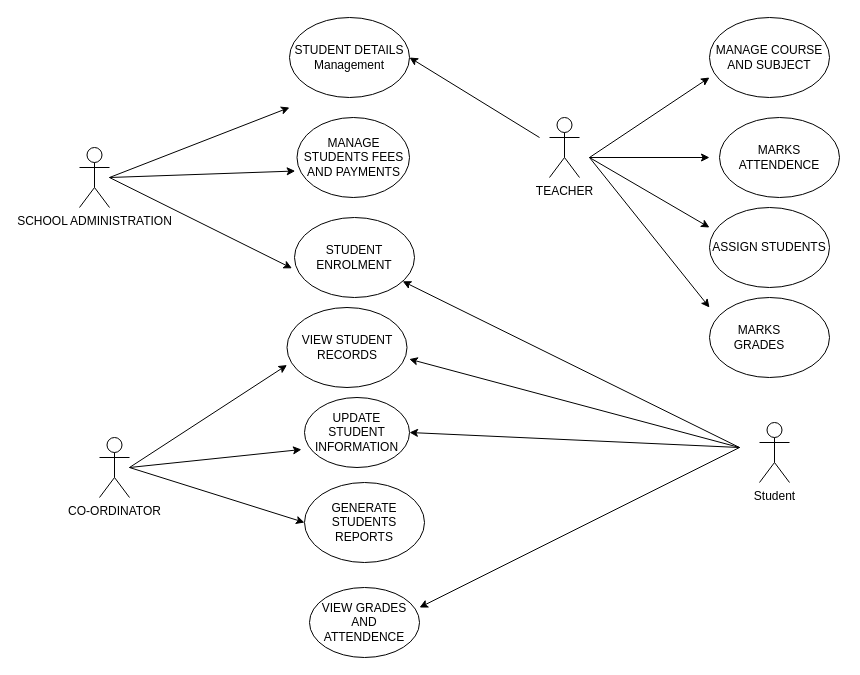
Above: Use case diagram.drawio in Baralsurekha/Software-Engineering (draw.io), before the change. Source tidied: cells renumbered, new cells numbered last; positions are measured from the earlier drawing's top-left corner, leaving out a move shared by most shapes. Both pictures are drawn from the tidied source at 100%, with x=0, y=0 at pixel (79, 17).
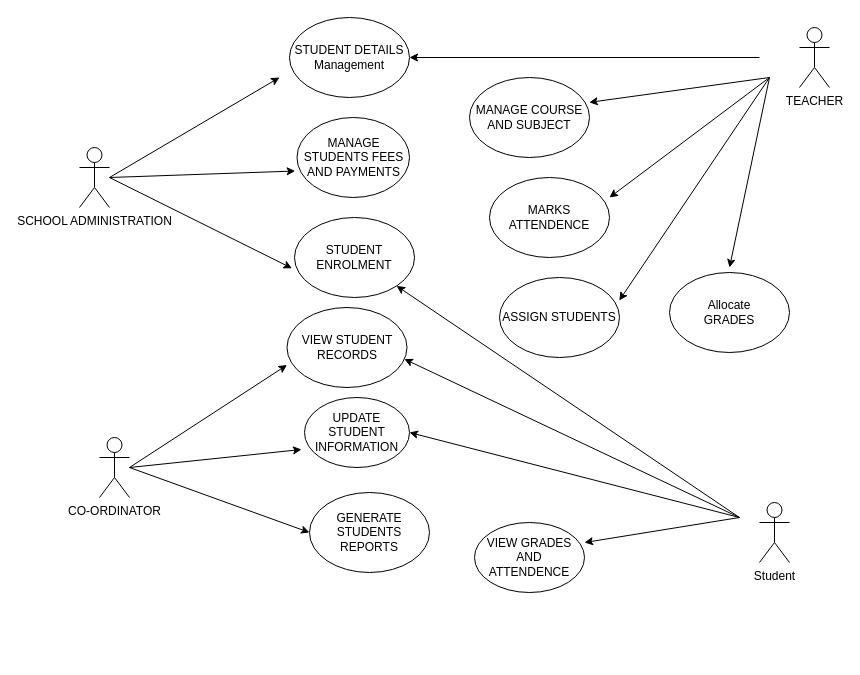
Above is the later version.

The change refers to these unchanged cells:
```xml
<mxCell id="3" value="STUDENT ENROLMENT" style="ellipse;whiteSpace=wrap;html=1;" parent="1" vertex="1">
  <mxGeometry x="215" y="200" width="120" height="80" as="geometry" />
</mxCell>
<mxCell id="4" value="STUDENT DETAILS&lt;br&gt;Management" style="ellipse;whiteSpace=wrap;html=1;" parent="1" vertex="1">
  <mxGeometry x="210" width="120" height="80" as="geometry" />
</mxCell>
<mxCell id="6" value="VIEW STUDENT RECORDS" style="ellipse;whiteSpace=wrap;html=1;" parent="1" vertex="1">
  <mxGeometry x="207.5" y="290" width="120" height="80" as="geometry" />
</mxCell>
<mxCell id="7" value="UPDATE STUDENT INFORMATION" style="ellipse;whiteSpace=wrap;html=1;" parent="1" vertex="1">
  <mxGeometry x="225" y="380" width="105" height="70" as="geometry" />
</mxCell>
```

Diff of the diagram source:
```diff
@@
     <mxCell id="8" value="TEACHER" style="shape=umlActor;verticalLabelPosition=bottom;verticalAlign=top;html=1;" parent="1" vertex="1">
-      <mxGeometry x="470" y="100" width="30" height="60" as="geometry" />
+      <mxGeometry x="720" y="10" width="30" height="60" as="geometry" />
     </mxCell>
     <mxCell id="9" value="MANAGE COURSE AND SUBJECT" style="ellipse;whiteSpace=wrap;html=1;" parent="1" vertex="1">
-      <mxGeometry x="630" width="120" height="80" as="geometry" />
+      <mxGeometry x="390" y="60" width="120" height="80" as="geometry" />
     </mxCell>
     <mxCell id="10" value="ASSIGN STUDENTS" style="ellipse;whiteSpace=wrap;html=1;" parent="1" vertex="1">
-      <mxGeometry x="630" y="190" width="120" height="80" as="geometry" />
+      <mxGeometry x="420" y="260" width="120" height="80" as="geometry" />
     </mxCell>
     <mxCell id="11" value="Student" style="shape=umlActor;verticalLabelPosition=bottom;verticalAlign=top;html=1;" parent="1" vertex="1">
-      <mxGeometry x="680" y="405" width="30" height="60" as="geometry" />
+      <mxGeometry x="680" y="485" width="30" height="60" as="geometry" />
     </mxCell>
     <mxCell id="12" value="GENERATE STUDENTS REPORTS" style="ellipse;whiteSpace=wrap;html=1;" parent="1" vertex="1">
-      <mxGeometry x="225" y="465" width="120" height="80" as="geometry" />
+      <mxGeometry x="230" y="475" width="120" height="80" as="geometry" />
     </mxCell>
     <mxCell id="13" value="VIEW GRADES AND ATTENDENCE" style="ellipse;whiteSpace=wrap;html=1;direction=south;" parent="1" vertex="1">
-      <mxGeometry x="230" y="570" width="110" height="70" as="geometry" />
+      <mxGeometry x="395" y="505" width="110" height="70" as="geometry" />
     </mxCell>
     <mxCell id="14" value="MARKS ATTENDENCE" style="ellipse;whiteSpace=wrap;html=1;" parent="1" vertex="1">
-      <mxGeometry x="640" y="100" width="120" height="80" as="geometry" />
+      <mxGeometry x="410" y="160" width="120" height="80" as="geometry" />
     </mxCell>
@@
     <mxCell id="16" style="endArrow=classic;html=1;rounded=0;" parent="1" edge="1">
       <mxGeometry relative="1" as="geometry">
         <mxPoint x="30" y="160" as="sourcePoint" />
-        <mxPoint x="210" y="90" as="targetPoint" />
+        <mxPoint x="200" y="60" as="targetPoint" />
       </mxGeometry>
     </mxCell>
@@
     <mxCell id="20" style="endArrow=classic;html=1;rounded=0;entryX=1;entryY=0.5;entryDx=0;entryDy=0;" parent="1" edge="1" target="7">
       <mxGeometry relative="1" as="geometry">
-        <mxPoint x="660" y="430" as="sourcePoint" />
+        <mxPoint x="660" y="500" as="sourcePoint" />
       </mxGeometry>
     </mxCell>
-    <mxCell id="21" style="endArrow=classic;html=1;rounded=0;entryX=1.019;entryY=0.645;entryDx=0;entryDy=0;entryPerimeter=0;" parent="1" edge="1" target="6">
+    <mxCell id="21" style="endArrow=classic;html=1;rounded=0;entryX=1.019;entryY=0.645;entryDx=0;entryDy=0;entryPerimeter=0;" parent="1" edge="1">
       <mxGeometry relative="1" as="geometry">
-        <mxPoint x="660" y="430" as="sourcePoint" />
+        <mxPoint x="660" y="500" as="sourcePoint" />
+        <mxPoint x="324.9" y="341.6" as="targetPoint" />
       </mxGeometry>
     </mxCell>
     <mxCell id="22" style="endArrow=classic;html=1;rounded=0;entryX=1;entryY=0.5;entryDx=0;entryDy=0;" parent="1" edge="1" target="4">
       <mxGeometry relative="1" as="geometry">
-        <mxPoint x="460" y="120" as="sourcePoint" />
+        <mxPoint x="680" y="40" as="sourcePoint" />
       </mxGeometry>
     </mxCell>
-    <mxCell id="23" style="endArrow=classic;html=1;rounded=0;entryX=0;entryY=0.75;entryDx=0;entryDy=0;entryPerimeter=0;" parent="1" edge="1" target="9">
+    <mxCell id="23" style="endArrow=classic;html=1;rounded=0;entryX=0.998;entryY=0.311;entryDx=0;entryDy=0;entryPerimeter=0;" parent="1" edge="1" target="9">
       <mxGeometry relative="1" as="geometry">
-        <mxPoint x="510" y="140" as="sourcePoint" />
+        <mxPoint x="690" y="60" as="sourcePoint" />
       </mxGeometry>
     </mxCell>
-    <mxCell id="24" style="endArrow=classic;html=1;rounded=0;" parent="1" edge="1">
+    <mxCell id="24" style="endArrow=classic;html=1;rounded=0;entryX=1;entryY=0.25;entryDx=0;entryDy=0;entryPerimeter=0;" parent="1" edge="1" target="14">
       <mxGeometry relative="1" as="geometry">
-        <mxPoint x="510" y="140" as="sourcePoint" />
-        <mxPoint x="630" y="140" as="targetPoint" />
+        <mxPoint x="690" y="60" as="sourcePoint" />
       </mxGeometry>
     </mxCell>
-    <mxCell id="25" style="endArrow=classic;html=1;rounded=0;entryX=0;entryY=0.25;entryDx=0;entryDy=0;entryPerimeter=0;" parent="1" edge="1" target="10">
-      <mxGeometry relative="1" as="geometry">
-        <mxPoint x="510" y="140" as="sourcePoint" />
-      </mxGeometry>
-    </mxCell>
-    <mxCell id="26" style="endArrow=classic;html=1;rounded=0;" parent="1" edge="1">
+    <mxCell id="26" style="endArrow=classic;html=1;rounded=0;entryX=0.998;entryY=0.288;entryDx=0;entryDy=0;entryPerimeter=0;" parent="1" edge="1" target="10">
       <mxGeometry relative="1" as="geometry">
-        <mxPoint x="510" y="140" as="sourcePoint" />
-        <mxPoint x="630" y="290" as="targetPoint" />
+        <mxPoint x="690" y="60" as="sourcePoint" />
       </mxGeometry>
     </mxCell>
     <mxCell id="27" style="endArrow=classic;html=1;rounded=0;entryX=0.286;entryY=0;entryDx=0;entryDy=0;entryPerimeter=0;" parent="1" edge="1" target="13">
       <mxGeometry relative="1" as="geometry">
-        <mxPoint x="660" y="430" as="sourcePoint" />
+        <mxPoint x="660" y="500" as="sourcePoint" />
       </mxGeometry>
     </mxCell>
     <mxCell id="28" style="ellipse;whiteSpace=wrap;html=1;" parent="1" vertex="1">
-      <mxGeometry x="630" y="280" width="120" height="80" as="geometry" />
+      <mxGeometry x="590" y="255" width="120" height="80" as="geometry" />
     </mxCell>
-    <mxCell id="29" value="MARKS GRADES" style="text;html=1;strokeColor=none;fillColor=none;align=center;verticalAlign=middle;whiteSpace=wrap;rounded=0;" parent="1" vertex="1">
-      <mxGeometry x="650" y="305" width="60" height="30" as="geometry" />
+    <mxCell id="29" value="Allocate GRADES" style="text;html=1;strokeColor=none;fillColor=none;align=center;verticalAlign=middle;whiteSpace=wrap;rounded=0;" parent="1" vertex="1">
+      <mxGeometry x="620" y="280" width="60" height="30" as="geometry" />
     </mxCell>
@@
     <mxCell id="31" style="endArrow=classic;html=1;rounded=0;" parent="1" edge="1" target="3">
       <mxGeometry relative="1" as="geometry">
-        <mxPoint x="660" y="430" as="sourcePoint" />
+        <mxPoint x="660" y="500" as="sourcePoint" />
       </mxGeometry>
     </mxCell>
@@
+    <mxCell id="33" style="endArrow=classic;html=1;rounded=0;" parent="1" edge="1">
+      <mxGeometry relative="1" as="geometry">
+        <mxPoint x="690" y="60" as="sourcePoint" />
+        <mxPoint x="650" y="250" as="targetPoint" />
+      </mxGeometry>
+    </mxCell>
```
